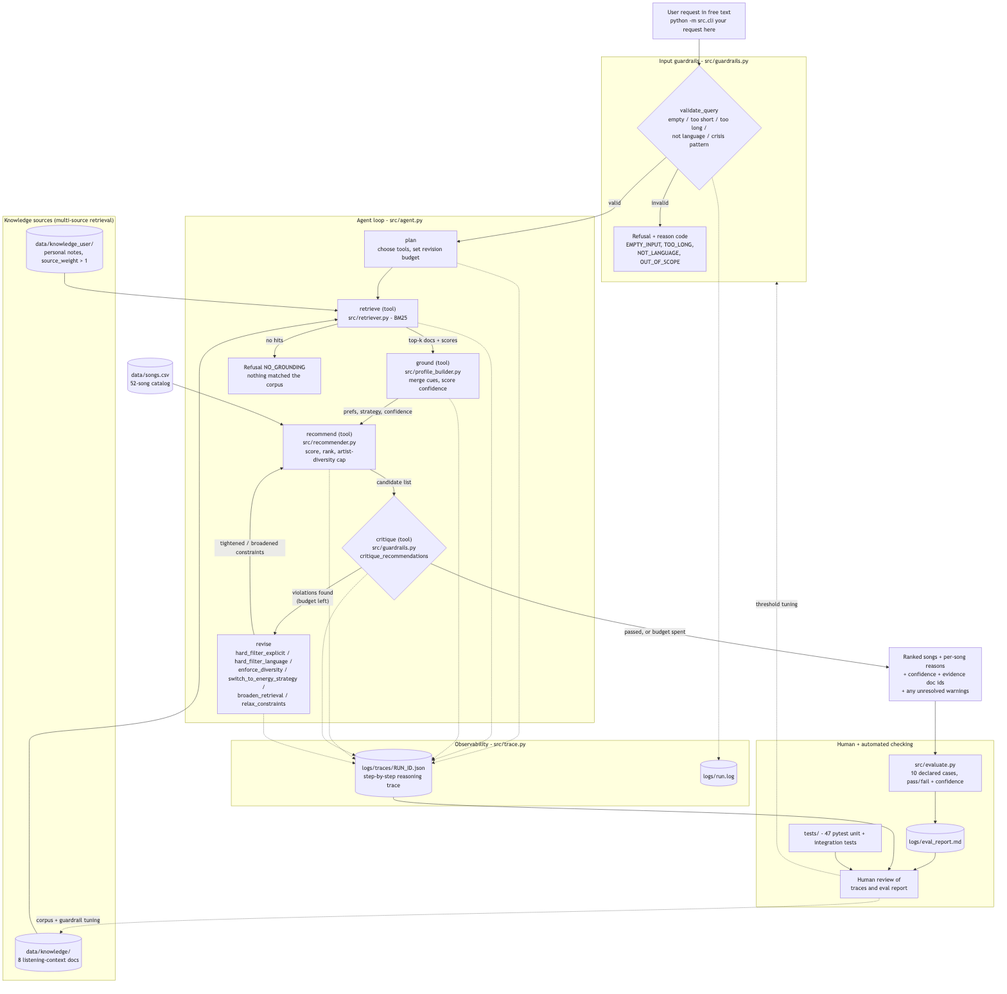
The Mermaid diagram assets/architecture.png in Ch0lan/applied-ai-system-final, before a commit. Its source is kept beside it as diagrams/architecture.mmd. Its diagram source:
```mermaid

flowchart TD
    U["User request in free text<br/>python -m src.cli your request here"]

    subgraph GR["Input guardrails - src/guardrails.py"]
        V{"validate_query<br/>empty / too short / too long /<br/>not language / crisis pattern"}
        REF["Refusal + reason code<br/>EMPTY_INPUT, TOO_LONG,<br/>NOT_LANGUAGE, OUT_OF_SCOPE"]
    end

    subgraph AG["Agent loop - src/agent.py"]
        P["plan<br/>choose tools, set revision budget"]
        R["retrieve (tool)<br/>src/retriever.py - BM25"]
        G["ground (tool)<br/>src/profile_builder.py<br/>merge cues, score confidence"]
        NOG["Refusal NO_GROUNDING<br/>nothing matched the corpus"]
        RANK["recommend (tool)<br/>src/recommender.py<br/>score, rank, artist-diversity cap"]
        C{"critique (tool)<br/>src/guardrails.py<br/>critique_recommendations"}
        REV["revise<br/>hard_filter_explicit / hard_filter_language /<br/>enforce_diversity / switch_to_energy_strategy /<br/>broaden_retrieval / relax_constraints"]
    end

    subgraph KB["Knowledge sources (multi-source retrieval)"]
        K1[("data/knowledge/<br/>8 listening-context docs")]
        K2[("data/knowledge_user/<br/>personal notes, source_weight > 1")]
    end

    CAT[("data/songs.csv<br/>52-song catalog")]

    subgraph OBS["Observability - src/trace.py"]
        TR[("logs/traces/RUN_ID.json<br/>step-by-step reasoning trace")]
        LG[("logs/run.log")]
    end

    subgraph HUM["Human + automated checking"]
        EV["src/evaluate.py<br/>10 declared cases, pass/fail + confidence"]
        RPT[("logs/eval_report.md")]
        T["tests/ - 47 pytest unit + integration tests"]
        H["Human review of<br/>traces and eval report"]
    end

    OUT["Ranked songs + per-song reasons<br/>+ confidence + evidence doc ids<br/>+ any unresolved warnings"]

    U --> V
    V -- "invalid" --> REF
    V -- "valid" --> P
    P --> R
    K1 --> R
    K2 --> R
    R -- "no hits" --> NOG
    R -- "top-k docs + scores" --> G
    G -- "prefs, strategy, confidence" --> RANK
    CAT --> RANK
    RANK -- "candidate list" --> C
    C -- "violations found<br/>(budget left)" --> REV
    REV -- "tightened / broadened constraints" --> RANK
    C -- "passed, or budget spent" --> OUT

    P -.-> TR
    R -.-> TR
    G -.-> TR
    RANK -.-> TR
    C -.-> TR
    REV -.-> TR
    V -.-> LG

    OUT --> EV
    EV --> RPT
    RPT --> H
    TR --> H
    T --> H
    H -. "corpus + guardrail tuning" .-> K1
    H -. "threshold tuning" .-> GR
```
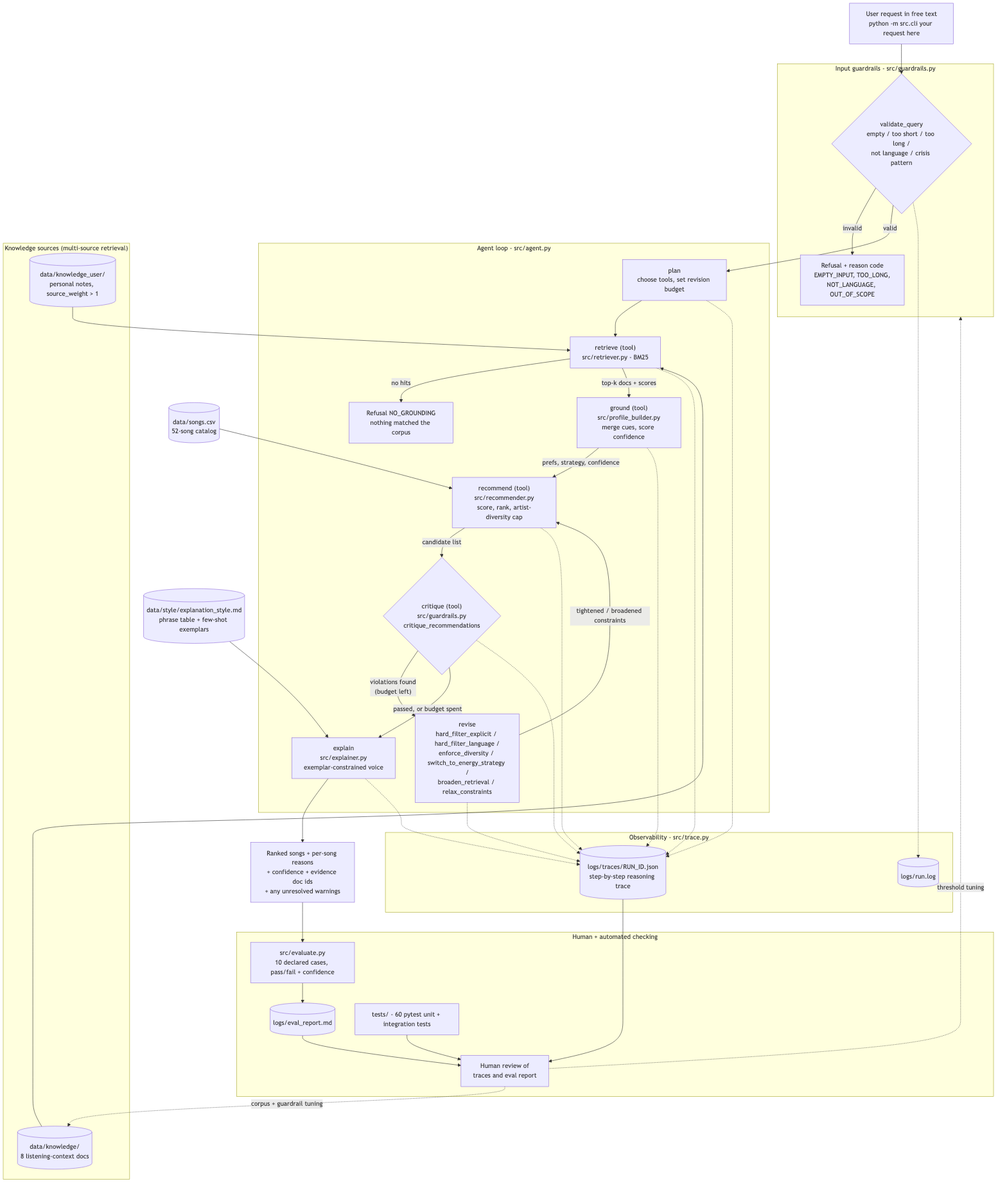
Later version of the same file.

What changed in the source:
```diff
@@ -14,6 +14,7 @@
         NOG["Refusal NO_GROUNDING<br/>nothing matched the corpus"]
         RANK["recommend (tool)<br/>src/recommender.py<br/>score, rank, artist-diversity cap"]
         C{"critique (tool)<br/>src/guardrails.py<br/>critique_recommendations"}
+        EXP["explain<br/>src/explainer.py<br/>exemplar-constrained voice"]
         REV["revise<br/>hard_filter_explicit / hard_filter_language /<br/>enforce_diversity / switch_to_energy_strategy /<br/>broaden_retrieval / relax_constraints"]
     end
 
@@ -23,6 +24,7 @@
     end
 
     CAT[("data/songs.csv<br/>52-song catalog")]
+    STY[("data/style/explanation_style.md<br/>phrase table + few-shot exemplars")]
 
     subgraph OBS["Observability - src/trace.py"]
         TR[("logs/traces/RUN_ID.json<br/>step-by-step reasoning trace")]
@@ -32,7 +34,7 @@
     subgraph HUM["Human + automated checking"]
         EV["src/evaluate.py<br/>10 declared cases, pass/fail + confidence"]
         RPT[("logs/eval_report.md")]
-        T["tests/ - 47 pytest unit + integration tests"]
+        T["tests/ - 60 pytest unit + integration tests"]
         H["Human review of<br/>traces and eval report"]
     end
 
@@ -51,13 +53,16 @@
     RANK -- "candidate list" --> C
     C -- "violations found<br/>(budget left)" --> REV
     REV -- "tightened / broadened constraints" --> RANK
-    C -- "passed, or budget spent" --> OUT
+    C -- "passed, or budget spent" --> EXP
+    STY --> EXP
+    EXP --> OUT
 
     P -.-> TR
     R -.-> TR
     G -.-> TR
     RANK -.-> TR
     C -.-> TR
+    EXP -.-> TR
     REV -.-> TR
     V -.-> LG
 
```
